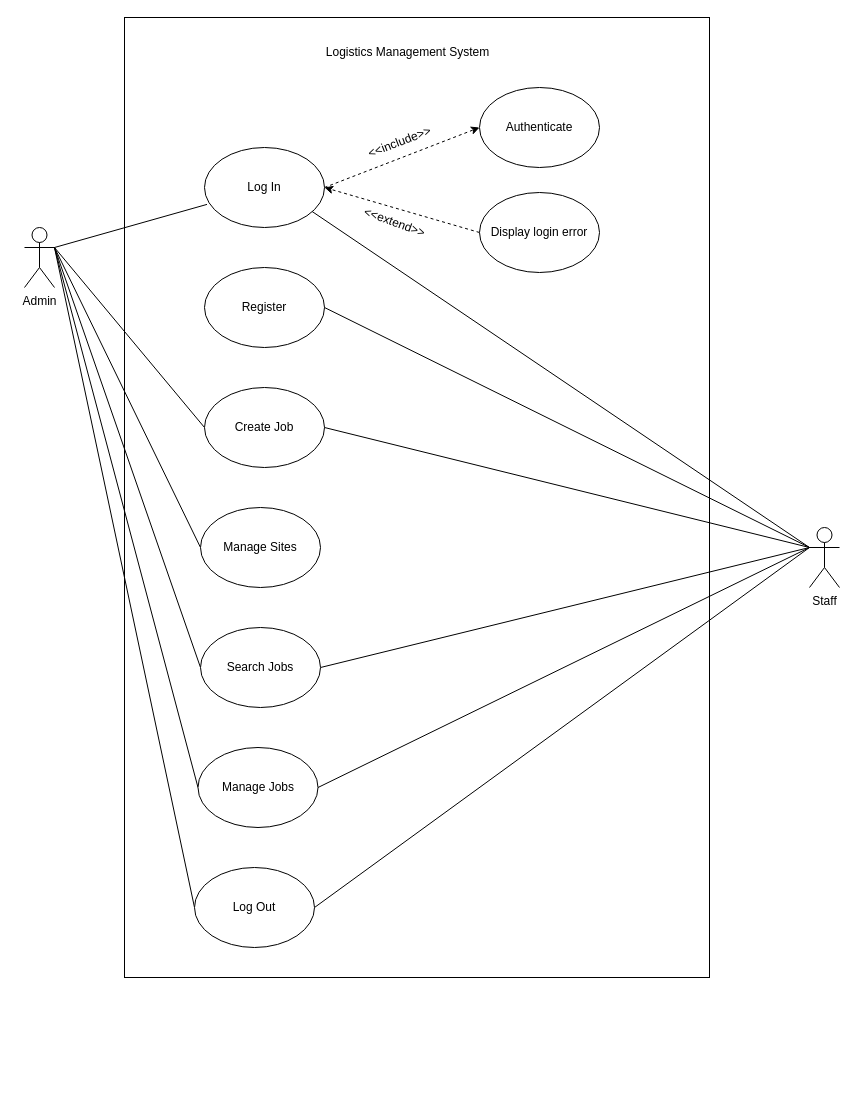
The draw.io diagram project-root/docs/usecase.drawio in quietpanda284/logistics_app, before the edit. Source tidied: cells renumbered, new cells numbered last; positions are measured from the earlier drawing's top-left corner, leaving out a move shared by most shapes. Both pictures are drawn from the tidied source at 100%, with x=0, y=0 at pixel (24, 17).
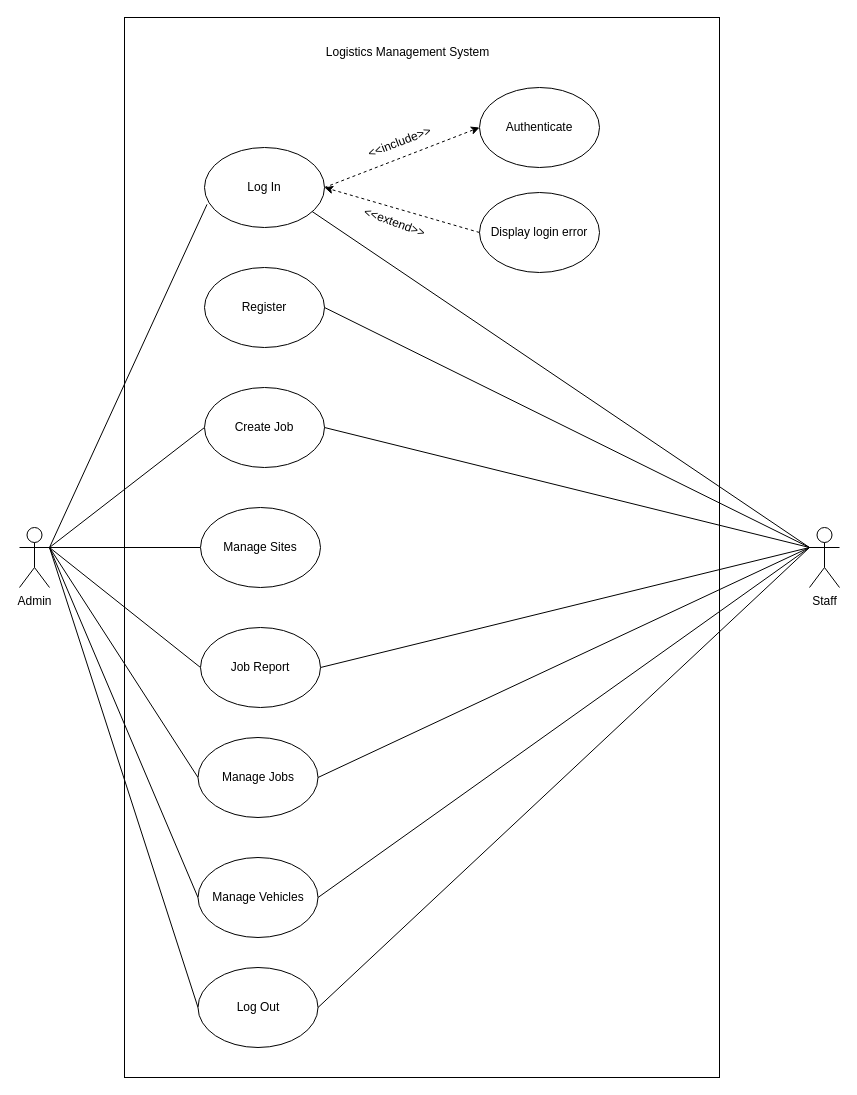
The same page after the edit.

Commit message (it also covers changes not shown here):
Added use case and activity diagrams

The change refers to these unchanged cells:
```xml
<mxCell id="17" value="Staff" style="shape=umlActor;verticalLabelPosition=bottom;verticalAlign=top;html=1;outlineConnect=0;" parent="1" vertex="1">
  <mxGeometry x="785" y="510" width="30" height="60" as="geometry" />
</mxCell>
```

Change to the diagram source:
```diff
@@
     <mxCell id="2" style="rounded=0;whiteSpace=wrap;html=1;" parent="1" vertex="1">
-      <mxGeometry x="100" width="585" height="960" as="geometry" />
+      <mxGeometry x="100" width="595" height="1060" as="geometry" />
     </mxCell>
@@
+    <mxCell id="31" style="edgeStyle=none;html=1;exitX=1;exitY=0.3333333333333333;exitDx=0;exitDy=0;exitPerimeter=0;entryX=0;entryY=0.5;entryDx=0;entryDy=0;endArrow=none;endFill=0;" parent="1" edge="1" source="8" target="33">
+      <mxGeometry relative="1" as="geometry" />
+    </mxCell>
     <mxCell id="8" value="Admin" style="shape=umlActor;verticalLabelPosition=bottom;verticalAlign=top;html=1;outlineConnect=0;" parent="1" vertex="1">
-      <mxGeometry y="210" width="30" height="60" as="geometry" />
+      <mxGeometry x="-5" y="510" width="30" height="60" as="geometry" />
     </mxCell>
@@
+    <mxCell id="32" style="edgeStyle=none;html=1;exitX=0;exitY=0.3333333333333333;exitDx=0;exitDy=0;exitPerimeter=0;entryX=1;entryY=0.5;entryDx=0;entryDy=0;endArrow=none;endFill=0;" parent="1" edge="1" source="17" target="33">
+      <mxGeometry relative="1" as="geometry" />
+    </mxCell>
@@
-    <mxCell id="28" value="Search Jobs" style="ellipse;whiteSpace=wrap;html=1;" parent="1" vertex="1">
+    <mxCell id="28" value="Job Report" style="ellipse;whiteSpace=wrap;html=1;" parent="1" vertex="1">
       <mxGeometry x="176" y="610" width="120" height="80" as="geometry" />
     </mxCell>
     <mxCell id="29" value="Manage Jobs" style="ellipse;whiteSpace=wrap;html=1;" parent="1" vertex="1">
-      <mxGeometry x="173.5" y="730" width="120" height="80" as="geometry" />
+      <mxGeometry x="173.5" y="720" width="120" height="80" as="geometry" />
     </mxCell>
     <mxCell id="30" value="Log Out" style="ellipse;whiteSpace=wrap;html=1;" parent="1" vertex="1">
-      <mxGeometry x="170" y="850" width="120" height="80" as="geometry" />
+      <mxGeometry x="173.5" y="950" width="120" height="80" as="geometry" />
     </mxCell>
+    <mxCell id="33" value="Manage Vehicles" style="ellipse;whiteSpace=wrap;html=1;" parent="1" vertex="1">
+      <mxGeometry x="173.5" y="840" width="120" height="80" as="geometry" />
+    </mxCell>
```
